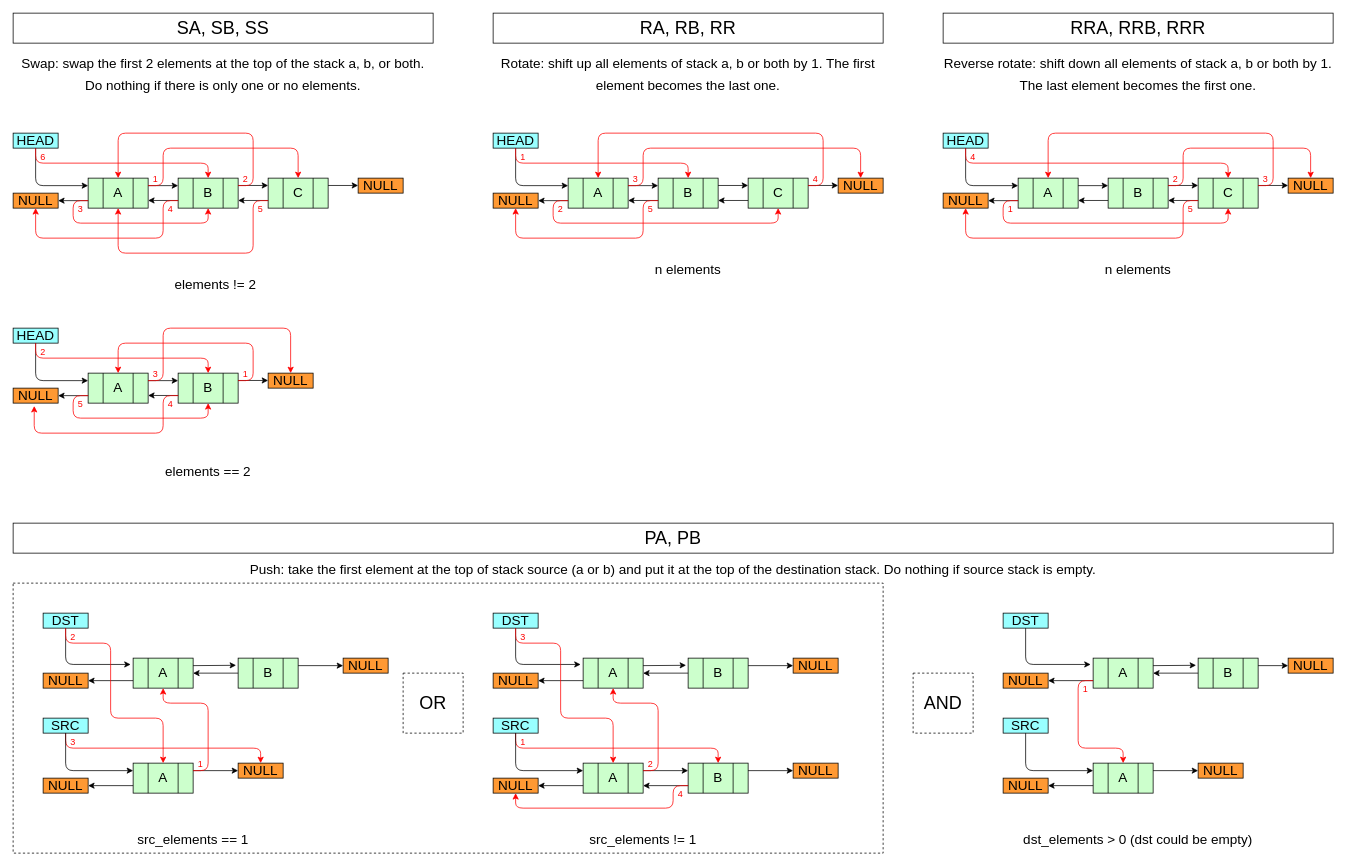
Before: rules_diagram/rules_diagram.drawio in izenynn/push_swap, a draw.io diagram. Source tidied: cells renumbered, new cells numbered last; positions are measured from the earlier drawing's top-left corner, leaving out a move shared by most shapes. Both pictures are drawn from the tidied source at 75%, with x=0, y=0 at pixel (13, 13).
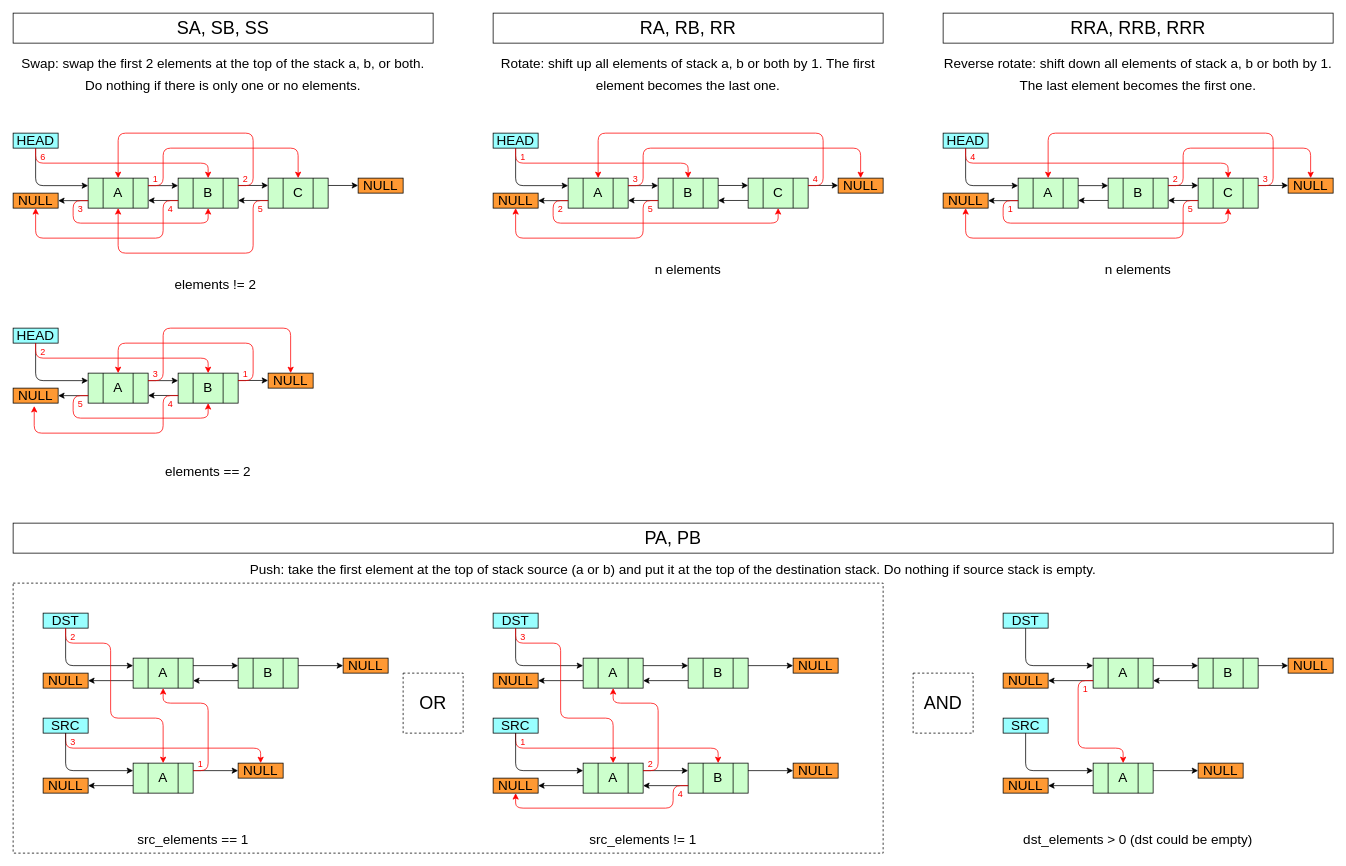
After the change.

Commit message (it also covers changes not shown here):
Update rules diagram

The change refers to these unchanged cells:
```xml
<mxCell id="102" value="&lt;font style=&quot;font-size: 18px&quot;&gt;A&lt;/font&gt;" style="shape=process;whiteSpace=wrap;html=1;backgroundOutline=1;size=0.25;fillColor=#CCFFCC;" parent="1" vertex="1">
  <mxGeometry x="760" y="860" width="80" height="40" as="geometry" />
</mxCell>
<mxCell id="103" value="DST" style="text;strokeColor=default;fillColor=#99FFFF;align=center;verticalAlign=middle;rounded=0;fontSize=18;labelBackgroundColor=none;fontColor=#030303;labelBorderColor=none;whiteSpace=wrap;html=1;" parent="1" vertex="1">
  <mxGeometry x="640" y="800" width="60" height="20" as="geometry" />
</mxCell>
<mxCell id="104" value="&lt;font style=&quot;font-size: 18px&quot;&gt;B&lt;/font&gt;" style="shape=process;whiteSpace=wrap;html=1;backgroundOutline=1;size=0.25;fillColor=#CCFFCC;strokeColor=#000000;" parent="1" vertex="1">
  <mxGeometry x="900" y="860" width="80" height="40" as="geometry" />
</mxCell>
<mxCell id="134" value="&lt;font style=&quot;font-size: 18px&quot;&gt;A&lt;/font&gt;" style="shape=process;whiteSpace=wrap;html=1;backgroundOutline=1;size=0.25;fillColor=#CCFFCC;" parent="1" vertex="1">
  <mxGeometry x="160" y="860" width="80" height="40" as="geometry" />
</mxCell>
<mxCell id="135" value="DST" style="text;strokeColor=default;fillColor=#99FFFF;align=center;verticalAlign=middle;rounded=0;fontSize=18;labelBackgroundColor=none;fontColor=#030303;labelBorderColor=none;whiteSpace=wrap;html=1;" parent="1" vertex="1">
  <mxGeometry x="40" y="800" width="60" height="20" as="geometry" />
</mxCell>
<mxCell id="136" value="&lt;font style=&quot;font-size: 18px&quot;&gt;B&lt;/font&gt;" style="shape=process;whiteSpace=wrap;html=1;backgroundOutline=1;size=0.25;fillColor=#CCFFCC;strokeColor=#000000;" parent="1" vertex="1">
  <mxGeometry x="300" y="860" width="80" height="40" as="geometry" />
</mxCell>
<mxCell id="158" value="&lt;font style=&quot;font-size: 18px&quot;&gt;A&lt;/font&gt;" style="shape=process;whiteSpace=wrap;html=1;backgroundOutline=1;size=0.25;fillColor=#CCFFCC;" parent="1" vertex="1">
  <mxGeometry x="1440" y="860" width="80" height="40" as="geometry" />
</mxCell>
<mxCell id="159" value="DST" style="text;strokeColor=default;fillColor=#99FFFF;align=center;verticalAlign=middle;rounded=0;fontSize=18;labelBackgroundColor=none;fontColor=#030303;labelBorderColor=none;whiteSpace=wrap;html=1;" parent="1" vertex="1">
  <mxGeometry x="1320" y="800" width="60" height="20" as="geometry" />
</mxCell>
<mxCell id="160" value="&lt;font style=&quot;font-size: 18px&quot;&gt;B&lt;/font&gt;" style="shape=process;whiteSpace=wrap;html=1;backgroundOutline=1;size=0.25;fillColor=#CCFFCC;strokeColor=#000000;" parent="1" vertex="1">
  <mxGeometry x="1580" y="860" width="80" height="40" as="geometry" />
</mxCell>
```

The edit, as a diff of the source:
```diff
@@
+    <mxCell id="178" style="rounded=0;whiteSpace=wrap;html=1;dashed=1;labelBackgroundColor=none;labelBorderColor=none;fontSize=18;fontColor=#000000;strokeColor=default;strokeWidth=1;fillColor=none;gradientColor=none;align=center;verticalAlign=middle;perimeterSpacing=1;sketch=0;shadow=0;" parent="1" vertex="1">
+      <mxGeometry y="760" width="1160" height="360" as="geometry" />
+    </mxCell>
@@
-    <mxCell id="106" style="endArrow=classic;html=1;rounded=1;fontSize=22;edgeStyle=orthogonalEdgeStyle;entryX=-0.041;entryY=0.211;entryDx=0;entryDy=0;entryPerimeter=0;exitX=0.5;exitY=1;exitDx=0;exitDy=0;" parent="1" edge="1" source="103" target="102">
+    <mxCell id="106" style="endArrow=classic;html=1;rounded=1;fontSize=22;edgeStyle=orthogonalEdgeStyle;exitX=0.5;exitY=1;exitDx=0;exitDy=0;entryX=0;entryY=0.25;entryDx=0;entryDy=0;" parent="1" edge="1" source="103" target="102">
       <mxGeometry relative="1" as="geometry">
         <Array as="points">
-          <mxPoint x="670" y="868" />
+          <mxPoint x="670" y="870" />
         </Array>
       </mxGeometry>
     </mxCell>
-    <mxCell id="107" style="edgeStyle=none;rounded=0;jettySize=auto;html=1;fontSize=22;exitX=0;exitY=0.5;exitDx=0;exitDy=0;entryX=1;entryY=0.5;entryDx=0;entryDy=0;" parent="1" edge="1" source="104" target="102">
+    <mxCell id="107" style="edgeStyle=none;rounded=0;jettySize=auto;html=1;fontSize=22;exitX=0;exitY=0.75;exitDx=0;exitDy=0;entryX=1;entryY=0.75;entryDx=0;entryDy=0;" parent="1" edge="1" source="104" target="102">
       <mxGeometry relative="1" as="geometry" />
     </mxCell>
@@
-    <mxCell id="132" style="endArrow=classic;html=1;rounded=0;fontSize=22;entryX=-0.034;entryY=0.239;entryDx=0;entryDy=0;entryPerimeter=0;exitX=1;exitY=0.25;exitDx=0;exitDy=0;" parent="1" edge="1" source="102" target="104">
+    <mxCell id="132" style="endArrow=classic;html=1;rounded=0;fontSize=22;entryX=0;entryY=0.25;entryDx=0;entryDy=0;exitX=1;exitY=0.25;exitDx=0;exitDy=0;" parent="1" edge="1" source="102" target="104">
       <mxGeometry relative="1" as="geometry" />
     </mxCell>
@@
-    <mxCell id="138" style="endArrow=classic;html=1;rounded=1;fontSize=22;edgeStyle=orthogonalEdgeStyle;entryX=-0.041;entryY=0.211;entryDx=0;entryDy=0;entryPerimeter=0;exitX=0.5;exitY=1;exitDx=0;exitDy=0;" parent="1" edge="1" source="135" target="134">
+    <mxCell id="138" style="endArrow=classic;html=1;rounded=1;fontSize=22;edgeStyle=orthogonalEdgeStyle;exitX=0.5;exitY=1;exitDx=0;exitDy=0;entryX=0;entryY=0.25;entryDx=0;entryDy=0;" parent="1" edge="1" source="135" target="134">
       <mxGeometry relative="1" as="geometry">
         <Array as="points">
-          <mxPoint x="70" y="868" />
+          <mxPoint x="70" y="870" />
         </Array>
       </mxGeometry>
     </mxCell>
-    <mxCell id="139" style="edgeStyle=none;rounded=0;jettySize=auto;html=1;fontSize=22;exitX=0;exitY=0.5;exitDx=0;exitDy=0;entryX=1;entryY=0.5;entryDx=0;entryDy=0;" parent="1" edge="1" source="136" target="134">
+    <mxCell id="139" style="edgeStyle=none;rounded=0;jettySize=auto;html=1;fontSize=22;exitX=0;exitY=0.75;exitDx=0;exitDy=0;entryX=1;entryY=0.75;entryDx=0;entryDy=0;" parent="1" edge="1" source="136" target="134">
       <mxGeometry relative="1" as="geometry" />
     </mxCell>
@@
-    <mxCell id="156" style="endArrow=classic;html=1;rounded=0;fontSize=22;entryX=-0.034;entryY=0.239;entryDx=0;entryDy=0;entryPerimeter=0;exitX=1;exitY=0.25;exitDx=0;exitDy=0;" parent="1" edge="1" source="134" target="136">
+    <mxCell id="156" style="endArrow=classic;html=1;rounded=0;fontSize=22;entryX=0;entryY=0.25;entryDx=0;entryDy=0;exitX=1;exitY=0.25;exitDx=0;exitDy=0;" parent="1" edge="1" source="134" target="136">
       <mxGeometry relative="1" as="geometry" />
     </mxCell>
@@
-    <mxCell id="162" style="endArrow=classic;html=1;rounded=1;fontSize=22;edgeStyle=orthogonalEdgeStyle;entryX=-0.041;entryY=0.211;entryDx=0;entryDy=0;entryPerimeter=0;exitX=0.5;exitY=1;exitDx=0;exitDy=0;" parent="1" edge="1" source="159" target="158">
+    <mxCell id="162" style="endArrow=classic;html=1;rounded=1;fontSize=22;edgeStyle=orthogonalEdgeStyle;exitX=0.5;exitY=1;exitDx=0;exitDy=0;entryX=0;entryY=0.25;entryDx=0;entryDy=0;" parent="1" edge="1" source="159" target="158">
       <mxGeometry relative="1" as="geometry">
         <Array as="points">
-          <mxPoint x="1350" y="868" />
+          <mxPoint x="1350" y="870" />
         </Array>
       </mxGeometry>
     </mxCell>
-    <mxCell id="163" style="edgeStyle=none;rounded=0;jettySize=auto;html=1;fontSize=22;exitX=0;exitY=0.5;exitDx=0;exitDy=0;entryX=1;entryY=0.5;entryDx=0;entryDy=0;" parent="1" edge="1" source="160" target="158">
+    <mxCell id="163" style="edgeStyle=none;rounded=0;jettySize=auto;html=1;fontSize=22;entryX=1;entryY=0.75;entryDx=0;entryDy=0;exitX=0;exitY=0.75;exitDx=0;exitDy=0;" parent="1" edge="1" source="160" target="158">
       <mxGeometry relative="1" as="geometry" />
     </mxCell>
@@
-    <mxCell id="176" style="endArrow=classic;html=1;rounded=0;fontSize=22;entryX=-0.034;entryY=0.239;entryDx=0;entryDy=0;entryPerimeter=0;exitX=1;exitY=0.25;exitDx=0;exitDy=0;" parent="1" edge="1" source="158" target="160">
+    <mxCell id="176" style="endArrow=classic;html=1;rounded=0;fontSize=22;exitX=1;exitY=0.25;exitDx=0;exitDy=0;entryX=0;entryY=0.25;entryDx=0;entryDy=0;" parent="1" edge="1" source="158" target="160">
       <mxGeometry relative="1" as="geometry" />
     </mxCell>
@@
-    <mxCell id="178" style="rounded=0;whiteSpace=wrap;html=1;dashed=1;labelBackgroundColor=none;labelBorderColor=none;fontSize=18;fontColor=#000000;strokeColor=default;strokeWidth=1;fillColor=none;gradientColor=none;align=center;verticalAlign=middle;perimeterSpacing=1;sketch=0;shadow=0;" parent="1" vertex="1">
-      <mxGeometry y="760" width="1160" height="360" as="geometry" />
-    </mxCell>
```
